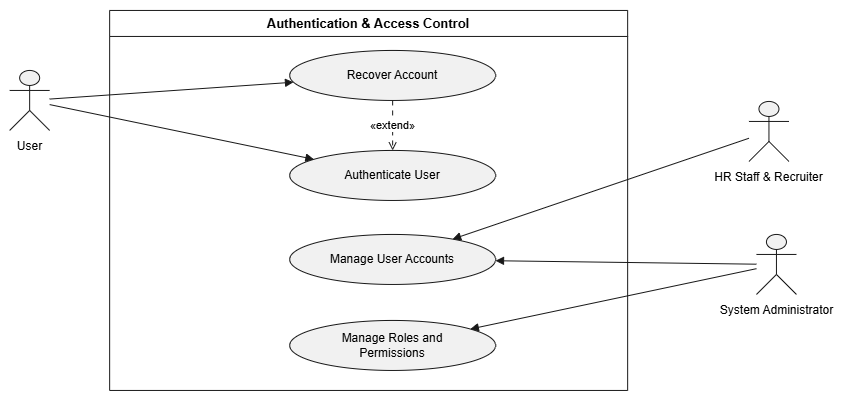
The draw.io diagram docs/assets/usecase/HR-WorkFoce-Usecase-Authentication-Access-Control.drawio.png in Hagiakhanh/HR-Workforce-Management, before a commit. Source tidied: cells renumbered, new cells last; positions are measured from the earlier drawing's top-left corner, leaving out a move shared by most shapes. The source it was exported from:
```xml
<mxGraphModel>
  <root>
    <mxCell id="0" />
    <mxCell id="1" parent="0" />
    <mxCell id="2" style="group;transparentBounds=1;editIcon=1;lockedGroup=0;groupPadding=10;" parent="1" vertex="1">
      <mxGeometry y="40" width="648" height="350" as="geometry" />
    </mxCell>
    <mxCell id="3" style="shape=umlActor;html=1;fillColor=#F1F1F1;strokeColor=#181818;fontColor=#000000;fontSize=12;" parent="2" vertex="1">
      <mxGeometry x="20" y="20" width="40" height="60" as="geometry" />
    </mxCell>
    <mxCell id="4" value="User" style="text;html=1;align=center;verticalAlign=top;fontColor=#000000;fontSize=12;" parent="2" vertex="1">
      <mxGeometry x="20" y="82" width="40" height="16" as="geometry" />
    </mxCell>
    <mxCell id="5" style="shape=umlActor;html=1;fillColor=#F1F1F1;strokeColor=#181818;fontColor=#000000;fontSize=12;" parent="2" vertex="1">
      <mxGeometry x="759.3" y="51" width="40" height="60" as="geometry" />
    </mxCell>
    <mxCell id="6" value="HR Staff &amp; Recruiter" style="text;html=1;align=center;verticalAlign=top;fontColor=#000000;fontSize=12;" parent="2" vertex="1">
      <mxGeometry x="715.3" y="113" width="128" height="16" as="geometry" />
    </mxCell>
    <mxCell id="7" style="shape=umlActor;html=1;fillColor=#F1F1F1;strokeColor=#181818;fontColor=#000000;fontSize=12;" parent="2" vertex="1">
      <mxGeometry x="766.8" y="184" width="40" height="60" as="geometry" />
    </mxCell>
    <mxCell id="8" value="System Administrator" style="text;html=1;align=center;verticalAlign=top;fontColor=#000000;fontSize=12;" parent="2" vertex="1">
      <mxGeometry x="715.3" y="246" width="143" height="16" as="geometry" />
    </mxCell>
    <mxCell id="9" value="Authentication &amp; Access Control" style="swimlane;startSize=26;fillColor=none;strokeColor=#181818;fontColor=#000000;fontSize=13;fontStyle=1;whiteSpace=wrap;" parent="2" vertex="1">
      <mxGeometry x="120" y="-40" width="518" height="380" as="geometry" />
    </mxCell>
    <mxCell id="10" value="Recover Account" style="ellipse;fillColor=#F1F1F1;strokeColor=#181818;whiteSpace=wrap;fontColor=#000000;fontSize=12;" parent="9" vertex="1">
      <mxGeometry x="180" y="40" width="206" height="50" as="geometry" />
    </mxCell>
    <mxCell id="11" value="Manage User Accounts" style="ellipse;fillColor=#F1F1F1;strokeColor=#181818;whiteSpace=wrap;fontColor=#000000;fontSize=12;" parent="9" vertex="1">
      <mxGeometry x="180" y="224" width="206" height="50" as="geometry" />
    </mxCell>
    <mxCell id="12" value="Manage Roles and&#10;Permissions" style="ellipse;fillColor=#F1F1F1;strokeColor=#181818;whiteSpace=wrap;fontColor=#000000;fontSize=12;" parent="9" vertex="1">
      <mxGeometry x="180" y="310" width="206" height="50" as="geometry" />
    </mxCell>
    <mxCell id="13" value="Authenticate User" style="ellipse;fillColor=#F1F1F1;strokeColor=#181818;whiteSpace=wrap;fontColor=#000000;fontSize=12;" parent="9" vertex="1">
      <mxGeometry x="180" y="140" width="206" height="50" as="geometry" />
    </mxCell>
    <mxCell id="14" value="«extend»" style="endArrow=open;dashed=1;dashPattern=5 5;strokeColor=#181818;fontColor=#000000;fontSize=11;edgeStyle=none;rounded=0;html=1;" parent="9" edge="1" source="10" target="13">
      <mxGeometry relative="1" as="geometry" />
    </mxCell>
    <mxCell id="15" style="endArrow=block;endFill=1;strokeColor=#181818;fontColor=#000000;fontSize=11;edgeStyle=none;rounded=0;html=1;" parent="2" edge="1" source="3" target="13">
      <mxGeometry relative="1" as="geometry" />
    </mxCell>
    <mxCell id="16" style="endArrow=block;endFill=1;strokeColor=#181818;fontColor=#000000;fontSize=11;edgeStyle=none;rounded=0;html=1;" parent="2" edge="1" source="3" target="10">
      <mxGeometry relative="1" as="geometry" />
    </mxCell>
    <mxCell id="17" style="endArrow=block;endFill=1;strokeColor=#181818;fontColor=#000000;fontSize=11;edgeStyle=none;rounded=0;html=1;" parent="2" edge="1" source="5" target="11">
      <mxGeometry relative="1" as="geometry" />
    </mxCell>
    <mxCell id="18" style="endArrow=block;endFill=1;strokeColor=#181818;fontColor=#000000;fontSize=11;edgeStyle=none;rounded=0;html=1;" parent="2" edge="1" source="7" target="11">
      <mxGeometry relative="1" as="geometry" />
    </mxCell>
    <mxCell id="19" style="endArrow=block;endFill=1;strokeColor=#181818;fontColor=#000000;fontSize=11;edgeStyle=none;rounded=0;html=1;" parent="2" edge="1" source="7" target="12">
      <mxGeometry relative="1" as="geometry" />
    </mxCell>
  </root>
</mxGraphModel>
```
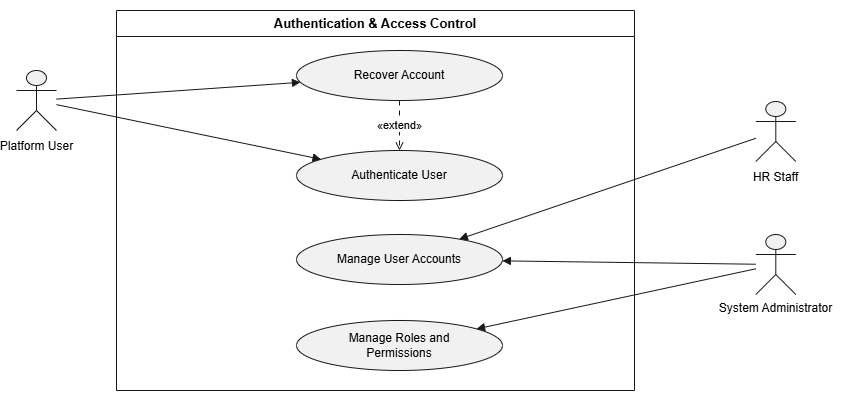
After the change.

Commit message:
doc: fix usecase diagram

What changed in the source:
```diff
@@ -8,20 +8,20 @@
     <mxCell id="3" style="shape=umlActor;html=1;fillColor=#F1F1F1;strokeColor=#181818;fontColor=#000000;fontSize=12;" parent="2" vertex="1">
       <mxGeometry x="20" y="20" width="40" height="60" as="geometry" />
     </mxCell>
-    <mxCell id="4" value="User" style="text;html=1;align=center;verticalAlign=top;fontColor=#000000;fontSize=12;" parent="2" vertex="1">
+    <mxCell id="4" value="Platform User" style="text;html=1;align=center;verticalAlign=top;fontColor=#000000;fontSize=12;" parent="2" vertex="1">
       <mxGeometry x="20" y="82" width="40" height="16" as="geometry" />
     </mxCell>
     <mxCell id="5" style="shape=umlActor;html=1;fillColor=#F1F1F1;strokeColor=#181818;fontColor=#000000;fontSize=12;" parent="2" vertex="1">
       <mxGeometry x="759.3" y="51" width="40" height="60" as="geometry" />
     </mxCell>
-    <mxCell id="6" value="HR Staff &amp; Recruiter" style="text;html=1;align=center;verticalAlign=top;fontColor=#000000;fontSize=12;" parent="2" vertex="1">
+    <mxCell id="6" value="HR Staff" style="text;html=1;align=center;verticalAlign=top;fontColor=#000000;fontSize=12;" parent="2" vertex="1">
       <mxGeometry x="715.3" y="113" width="128" height="16" as="geometry" />
     </mxCell>
     <mxCell id="7" style="shape=umlActor;html=1;fillColor=#F1F1F1;strokeColor=#181818;fontColor=#000000;fontSize=12;" parent="2" vertex="1">
-      <mxGeometry x="766.8" y="184" width="40" height="60" as="geometry" />
+      <mxGeometry x="759.3" y="184" width="40" height="60" as="geometry" />
     </mxCell>
     <mxCell id="8" value="System Administrator" style="text;html=1;align=center;verticalAlign=top;fontColor=#000000;fontSize=12;" parent="2" vertex="1">
-      <mxGeometry x="715.3" y="246" width="143" height="16" as="geometry" />
+      <mxGeometry x="707.8" y="244" width="143" height="16" as="geometry" />
     </mxCell>
     <mxCell id="9" value="Authentication &amp; Access Control" style="swimlane;startSize=26;fillColor=none;strokeColor=#181818;fontColor=#000000;fontSize=13;fontStyle=1;whiteSpace=wrap;" parent="2" vertex="1">
       <mxGeometry x="120" y="-40" width="518" height="380" as="geometry" />
```
